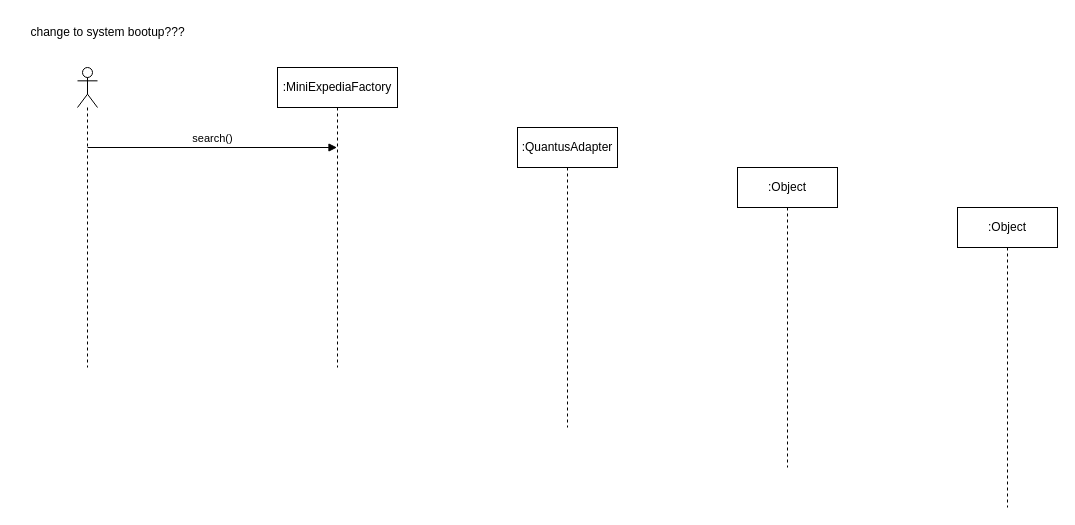
The draw.io diagram page "Page-2" (2 of 2) of workshop8-week9.drawio in antonykimuom/SWEN30006-2025-SM1-workshop1-tuew05-14-00-team-12, before the edit. Source tidied: cells renumbered, new cells numbered last; positions are measured from the earlier drawing's top-left corner, leaving out a move shared by most shapes. Both pictures are drawn from the tidied source at 100%, with x=0, y=0 at pixel (17, 17).
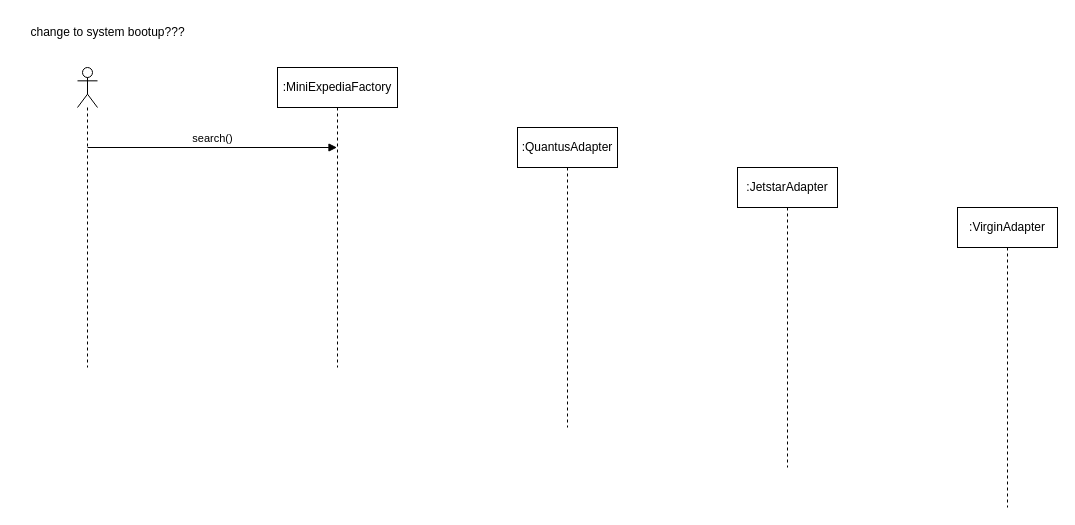
The same page after the edit.

What changed in the source:
```diff
@@
 <mxGraphModel>
   <root>
     <mxCell id="0" />
     <mxCell id="1" parent="0" />
     <mxCell id="2" value=":MiniExpediaFactory" style="shape=umlLifeline;perimeter=lifelinePerimeter;whiteSpace=wrap;html=1;outlineConnect=0;portConstraint=eastwest;newEdgeStyle={&quot;curved&quot;:0,&quot;rounded&quot;:0};" parent="1" vertex="1">
       <mxGeometry x="260" y="50" width="120" height="300" as="geometry" />
     </mxCell>
     <mxCell id="3" style="shape=umlLifeline;perimeter=lifelinePerimeter;whiteSpace=wrap;html=1;newEdgeStyle={&quot;curved&quot;:0,&quot;rounded&quot;:0};participant=umlActor;" parent="1" vertex="1">
       <mxGeometry x="60" y="50" width="20" height="300" as="geometry" />
     </mxCell>
     <mxCell id="4" value="change to system bootup???" style="text;html=1;align=center;verticalAlign=middle;strokeColor=none;fillColor=none;" parent="1" vertex="1">
       <mxGeometry width="180" height="30" as="geometry" />
     </mxCell>
     <mxCell id="5" value="search()" style="html=1;verticalAlign=bottom;endArrow=block;curved=0;rounded=0;" parent="1" edge="1" target="2">
       <mxGeometry relative="1" as="geometry">
         <mxPoint x="70" y="130" as="sourcePoint" />
       </mxGeometry>
     </mxCell>
     <mxCell id="6" value=":QuantusAdapter" style="shape=umlLifeline;perimeter=lifelinePerimeter;whiteSpace=wrap;html=1;newEdgeStyle={&quot;curved&quot;:0,&quot;rounded&quot;:0};" parent="1" vertex="1">
       <mxGeometry x="500" y="110" width="100" height="300" as="geometry" />
     </mxCell>
-    <mxCell id="7" value=":Object" style="shape=umlLifeline;perimeter=lifelinePerimeter;whiteSpace=wrap;html=1;newEdgeStyle={&quot;curved&quot;:0,&quot;rounded&quot;:0};" parent="1" vertex="1">
+    <mxCell id="7" value=":VirginAdapter" style="shape=umlLifeline;perimeter=lifelinePerimeter;whiteSpace=wrap;html=1;newEdgeStyle={&quot;curved&quot;:0,&quot;rounded&quot;:0};" parent="1" vertex="1">
       <mxGeometry x="940" y="190" width="100" height="300" as="geometry" />
     </mxCell>
-    <mxCell id="8" value=":Object" style="shape=umlLifeline;perimeter=lifelinePerimeter;whiteSpace=wrap;html=1;newEdgeStyle={&quot;curved&quot;:0,&quot;rounded&quot;:0};" parent="1" vertex="1">
+    <mxCell id="8" value=":JetstarAdapter" style="shape=umlLifeline;perimeter=lifelinePerimeter;whiteSpace=wrap;html=1;newEdgeStyle={&quot;curved&quot;:0,&quot;rounded&quot;:0};" parent="1" vertex="1">
       <mxGeometry x="720" y="150" width="100" height="300" as="geometry" />
     </mxCell>
   </root>
 </mxGraphModel>
```
